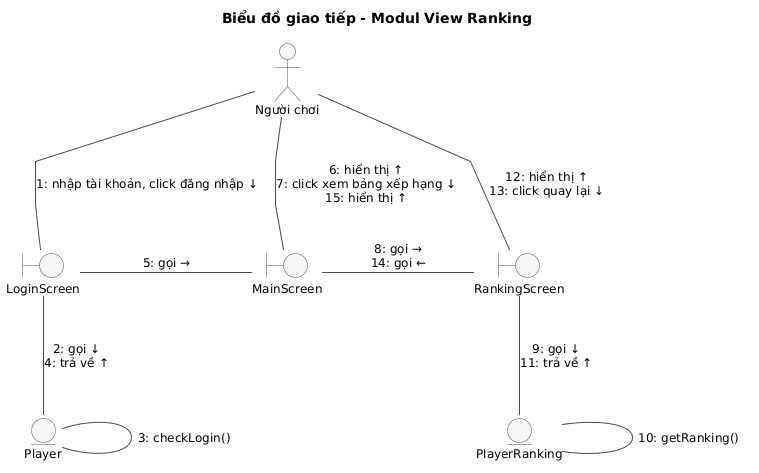
Before: docs/uml/pha2/comm-m1.png, a diagram exported from PlantUML (VattenL/mobile-pikachu).
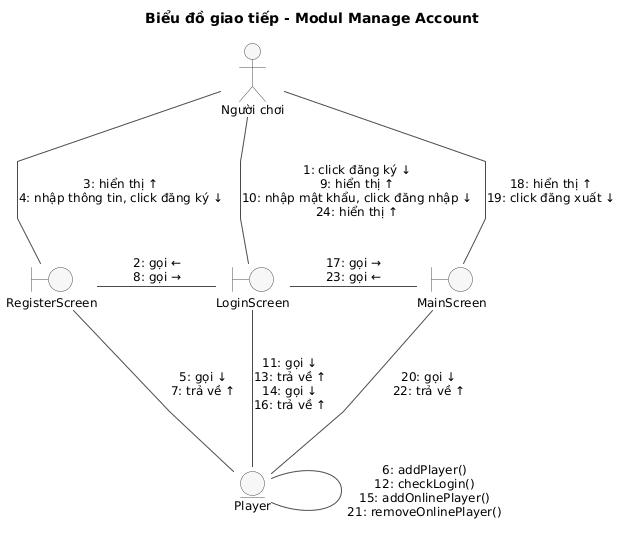
After the commit.

What changed in the source:
```diff
@@ -1,5 +1,5 @@
 @startuml
-title Biểu đồ giao tiếp - Modul View Ranking
+title Biểu đồ giao tiếp - Modul Manage Account
 
 skinparam shadowing false
 skinparam linetype polyline
@@ -22,20 +22,19 @@
 
 actor "Người chơi" as Actor
 
+boundary RegisterScreen
 boundary LoginScreen
 boundary MainScreen
-boundary RankingScreen
 
 entity Player
-entity PlayerRanking
 
-Actor -down- LoginScreen : "1: nhập tài khoản, click đăng nhập ↓"
-Actor -down- MainScreen : "6: hiển thị ↑\n7: click xem bảng xếp hạng ↓\n15: hiển thị ↑"
-Actor -down- RankingScreen : "12: hiển thị ↑\n13: click quay lại ↓"
-LoginScreen -right- MainScreen : "5: gọi →"
-MainScreen -right- RankingScreen : "8: gọi →\n14: gọi ←"
-LoginScreen -down- Player : "2: gọi ↓\n4: trả về ↑"
-Player -right- Player : "3: checkLogin()"
-RankingScreen -down- PlayerRanking : "9: gọi ↓\n11: trả về ↑"
-PlayerRanking -right- PlayerRanking : "10: getRanking()"
+Actor -down- LoginScreen : "1: click đăng ký ↓\n9: hiển thị ↑\n10: nhập mật khẩu, click đăng nhập ↓\n24: hiển thị ↑"
+Actor -down- RegisterScreen : "3: hiển thị ↑\n4: nhập thông tin, click đăng ký ↓"
+Actor -down- MainScreen : "18: hiển thị ↑\n19: click đăng xuất ↓"
+RegisterScreen -right- LoginScreen : "2: gọi ←\n8: gọi →"
+LoginScreen -right- MainScreen : "17: gọi →\n23: gọi ←"
+RegisterScreen -down- Player : "5: gọi ↓\n7: trả về ↑"
+LoginScreen -down- Player : "11: gọi ↓\n13: trả về ↑\n14: gọi ↓\n16: trả về ↑"
+MainScreen -down- Player : "20: gọi ↓\n22: trả về ↑"
+Player -right- Player : "6: addPlayer()\n12: checkLogin()\n15: addOnlinePlayer()\n21: removeOnlinePlayer()"
 @enduml
```
